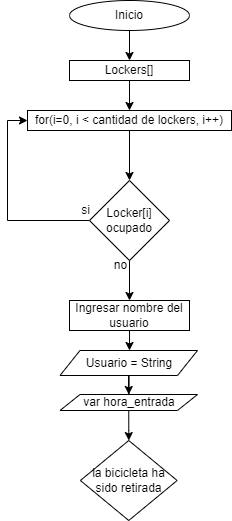
Above: Locker para bicicletas.png in dasamepu/Flujo-de-funciones-para-encapsular-algoritmos (draw.io), before the change. Source tidied: cells renumbered, new cells last; positions are measured from the earlier drawing's top-left corner, leaving out a move shared by most shapes.
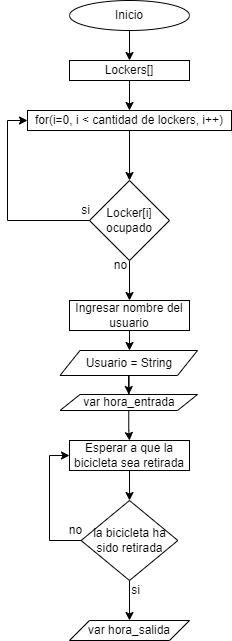
After the commit.

What changed in the source:
```diff
@@ -52,14 +52,35 @@
     <mxCell id="16" value="Usuario = String" style="shape=parallelogram;perimeter=parallelogramPerimeter;whiteSpace=wrap;html=1;fixedSize=1;" parent="1" vertex="1">
       <mxGeometry x="52.5" y="350" width="137.5" height="25" as="geometry" />
     </mxCell>
-    <mxCell id="17" style="edgeStyle=orthogonalEdgeStyle;rounded=0;jettySize=auto;html=1;" parent="1" edge="1" source="18" target="19">
-      <mxGeometry relative="1" as="geometry" />
-    </mxCell>
+    <mxCell id="20" style="edgeStyle=orthogonalEdgeStyle;rounded=0;jettySize=auto;html=1;" parent="1" edge="1" source="18" target="24">
+      <mxGeometry relative="1" as="geometry" />
+    </mxCell>
     <mxCell id="18" value="var hora_entrada&lt;br&gt;" style="shape=parallelogram;perimeter=parallelogramPerimeter;whiteSpace=wrap;html=1;fixedSize=1;" parent="1" vertex="1">
       <mxGeometry x="52.5" y="394" width="137.5" height="16" as="geometry" />
     </mxCell>
+    <mxCell id="21" style="edgeStyle=orthogonalEdgeStyle;rounded=0;jettySize=auto;html=1;exitX=0;exitY=0.5;exitDx=0;exitDy=0;entryX=0;entryY=0.5;entryDx=0;entryDy=0;" parent="1" edge="1" source="19" target="24">
+      <mxGeometry relative="1" as="geometry" />
+    </mxCell>
+    <mxCell id="22" style="edgeStyle=orthogonalEdgeStyle;rounded=0;jettySize=auto;html=1;" parent="1" edge="1" source="19" target="26">
+      <mxGeometry relative="1" as="geometry" />
+    </mxCell>
     <mxCell id="19" value="la bicicleta ha sido retirada" style="rhombus;whiteSpace=wrap;html=1;" parent="1" vertex="1">
-      <mxGeometry x="72.9" y="440" width="96.8" height="80" as="geometry" />
+      <mxGeometry x="73.6" y="500" width="96.8" height="80" as="geometry" />
     </mxCell>
+    <mxCell id="23" style="edgeStyle=orthogonalEdgeStyle;rounded=0;jettySize=auto;html=1;entryX=0.5;entryY=0;entryDx=0;entryDy=0;" parent="1" edge="1" source="24" target="19">
+      <mxGeometry relative="1" as="geometry" />
+    </mxCell>
+    <mxCell id="24" value="Esperar a que la bicicleta sea retirada" style="whiteSpace=wrap;html=1;" parent="1" vertex="1">
+      <mxGeometry x="62" y="440" width="120" height="30" as="geometry" />
+    </mxCell>
+    <mxCell id="25" value="no" style="text;html=1;align=center;verticalAlign=middle;strokeColor=none;fillColor=none;" parent="1" vertex="1">
+      <mxGeometry x="48" y="515" width="40" height="30" as="geometry" />
+    </mxCell>
+    <mxCell id="26" value="var hora_salida" style="shape=parallelogram;perimeter=parallelogramPerimeter;whiteSpace=wrap;html=1;fixedSize=1;" parent="1" vertex="1">
+      <mxGeometry x="62" y="620" width="120" height="20" as="geometry" />
+    </mxCell>
+    <mxCell id="27" value="si" style="text;html=1;align=center;verticalAlign=middle;strokeColor=none;fillColor=none;" parent="1" vertex="1">
+      <mxGeometry x="113" y="575" width="30" height="30" as="geometry" />
+    </mxCell>
   </root>
 </mxGraphModel>
```
